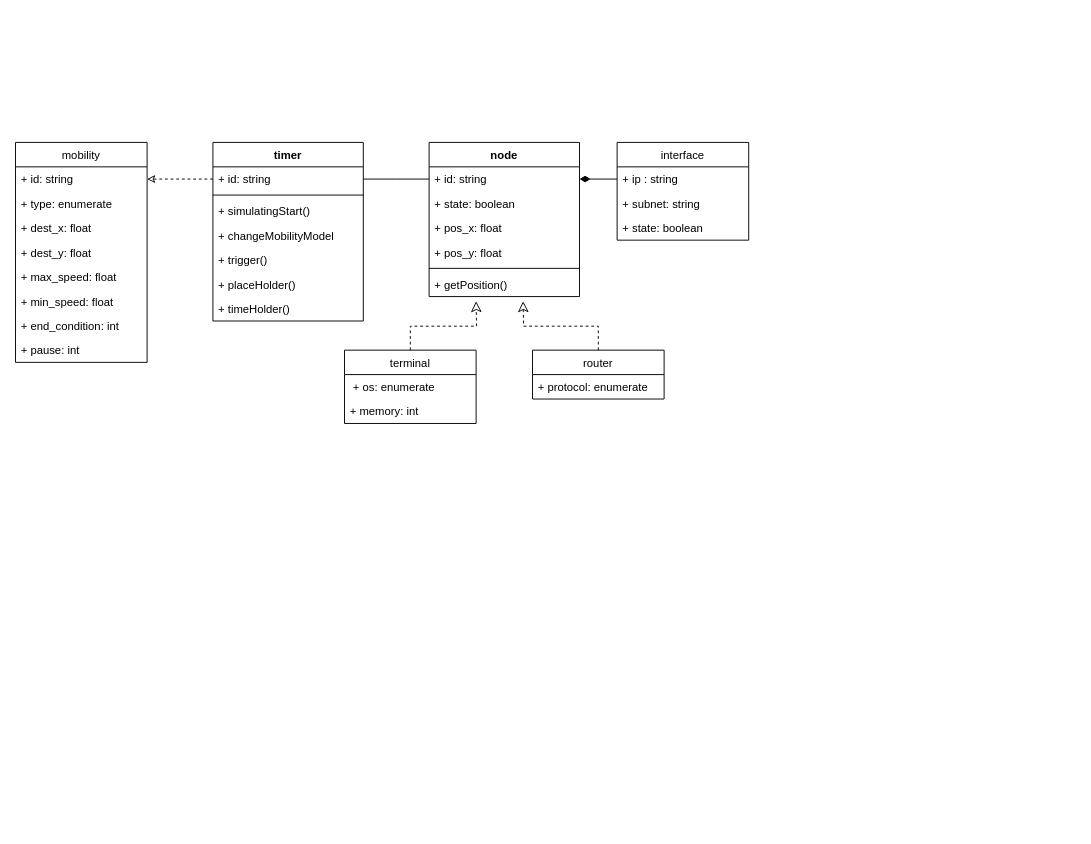
Icarus1994/neutron_conf keeps this draw.io diagram as page "描述语言类图" (1 of 2) of 描述语言UML类图.drawio. Above is the earlier version. Source tidied: cells renumbered, new cells numbered last; positions are measured from the earlier drawing's top-left corner, leaving out a move shared by most shapes. Both pictures are drawn from the tidied source at 94%, with x=0, y=0 at pixel (15, 142).
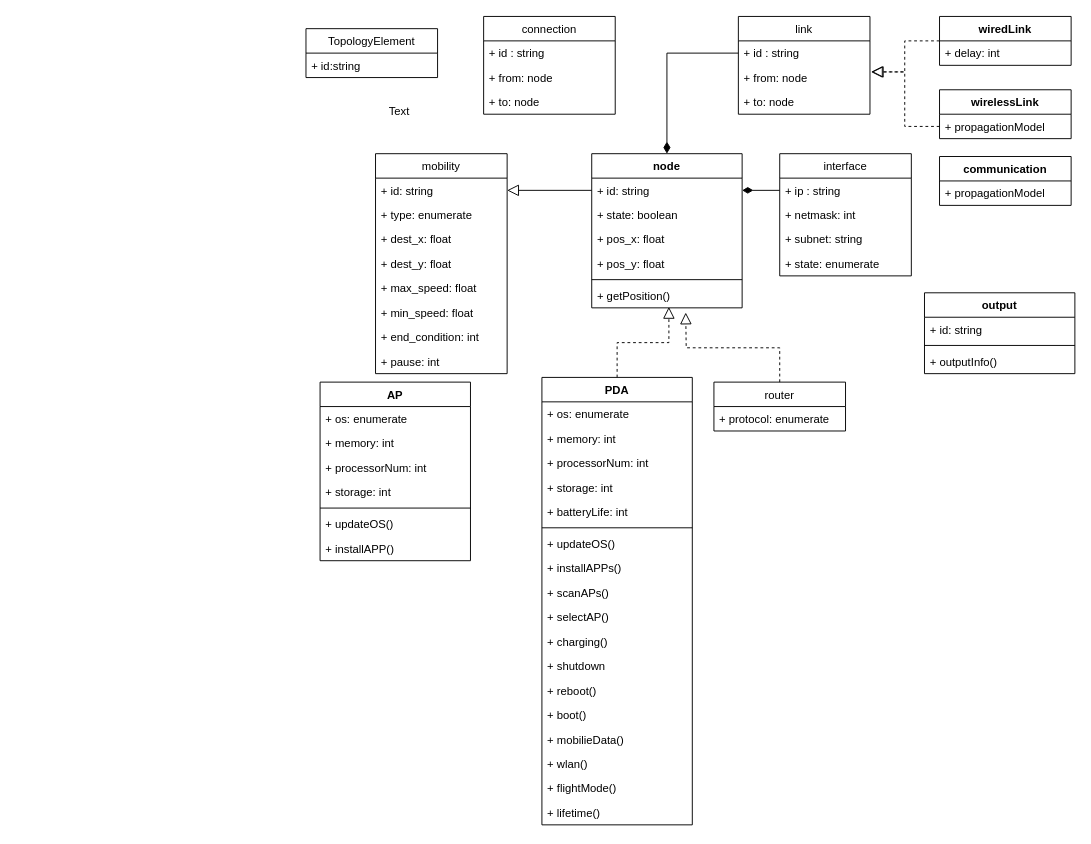
After the change.

Commit message:
Update 描述语言UML类图.drawio

Unchanged cells that the change refers to:
```xml
<mxCell id="12" value="+ id: string" style="text;strokeColor=none;fillColor=none;align=left;verticalAlign=top;spacingLeft=4;spacingRight=4;overflow=hidden;points=[[0,0.5],[1,0.5]];portConstraint=eastwest;" parent="11" vertex="1">
  <mxGeometry y="26" width="140" height="26" as="geometry" />
</mxCell>
<mxCell id="22" value="+ id: string" style="text;strokeColor=none;fillColor=none;align=left;verticalAlign=top;spacingLeft=4;spacingRight=4;overflow=hidden;points=[[0,0.5],[1,0.5]];portConstraint=eastwest;" parent="21" vertex="1">
  <mxGeometry y="26" width="160" height="26" as="geometry" />
</mxCell>
<mxCell id="27" value="+ getPosition()" style="text;strokeColor=none;fillColor=none;align=left;verticalAlign=top;spacingLeft=4;spacingRight=4;overflow=hidden;points=[[0,0.5],[1,0.5]];portConstraint=eastwest;" parent="21" vertex="1">
  <mxGeometry y="138" width="160" height="26" as="geometry" />
</mxCell>
```

What changed in the source:
```diff
@@
-    <mxCell id="2" value="timer" style="swimlane;fontStyle=1;align=center;verticalAlign=top;horizontal=1;startSize=26;" parent="1" vertex="1">
-      <mxGeometry x="210" width="160" height="190" as="geometry" />
-    </mxCell>
-    <mxCell id="3" value="+ id: string" style="text;strokeColor=none;fillColor=none;align=left;verticalAlign=top;spacingLeft=4;spacingRight=4;overflow=hidden;points=[[0,0.5],[1,0.5]];portConstraint=eastwest;" parent="2" vertex="1">
-      <mxGeometry y="26" width="160" height="26" as="geometry" />
-    </mxCell>
-    <mxCell id="4" style="line;strokeWidth=1;fillColor=none;align=left;verticalAlign=middle;spacingTop=-1;spacingLeft=3;spacingRight=3;labelPosition=right;" parent="2" vertex="1">
-      <mxGeometry y="52" width="160" height="8" as="geometry" />
-    </mxCell>
-    <mxCell id="5" value="+ simulatingStart()" style="text;strokeColor=none;fillColor=none;align=left;verticalAlign=top;spacingLeft=4;spacingRight=4;overflow=hidden;" parent="2" vertex="1">
-      <mxGeometry y="60" width="160" height="26" as="geometry" />
-    </mxCell>
-    <mxCell id="6" value="+ changeMobilityModel" style="text;strokeColor=none;fillColor=none;align=left;verticalAlign=top;spacingLeft=4;spacingRight=4;overflow=hidden;" parent="2" vertex="1">
-      <mxGeometry y="86" width="160" height="26" as="geometry" />
-    </mxCell>
-    <mxCell id="7" value="+ trigger()" style="text;strokeColor=none;fillColor=none;align=left;verticalAlign=top;spacingLeft=4;spacingRight=4;overflow=hidden;" parent="2" vertex="1">
-      <mxGeometry y="112" width="160" height="26" as="geometry" />
-    </mxCell>
-    <mxCell id="8" value="+ placeHolder()" style="text;strokeColor=none;fillColor=none;align=left;verticalAlign=top;spacingLeft=4;spacingRight=4;overflow=hidden;" parent="2" vertex="1">
-      <mxGeometry y="138" width="160" height="26" as="geometry" />
-    </mxCell>
-    <mxCell id="9" value="+ timeHolder()" style="text;strokeColor=none;fillColor=none;align=left;verticalAlign=top;spacingLeft=4;spacingRight=4;overflow=hidden;" parent="2" vertex="1">
-      <mxGeometry y="164" width="160" height="26" as="geometry" />
-    </mxCell>
-    <mxCell id="10" style="edgeStyle=orthogonalEdgeStyle;rounded=0;jettySize=auto;html=1;exitX=1;exitY=0.5;exitDx=0;exitDy=0;entryX=0;entryY=0.5;entryDx=0;entryDy=0;endArrow=none;endFill=0;" parent="1" edge="1" source="3">
-      <mxGeometry relative="1" as="geometry">
-        <mxPoint x="440" y="39" as="targetPoint" />
-      </mxGeometry>
-    </mxCell>
     <mxCell id="11" value="mobility" style="swimlane;fontStyle=0;horizontal=1;startSize=26;fillColor=none;" parent="1" vertex="1">
-      <mxGeometry width="140" height="234" as="geometry" />
+      <mxGeometry x="383" y="12" width="140" height="234" as="geometry" />
     </mxCell>
@@
-    <mxCell id="20" style="edgeStyle=orthogonalEdgeStyle;rounded=0;jettySize=auto;html=1;exitX=0;exitY=0.5;exitDx=0;exitDy=0;entryX=1;entryY=0.5;entryDx=0;entryDy=0;endArrow=classic;endFill=0;dashed=1;" parent="1" edge="1" source="3" target="12">
-      <mxGeometry relative="1" as="geometry" />
-    </mxCell>
     <mxCell id="21" value="node" style="swimlane;fontStyle=1;align=center;verticalAlign=top;horizontal=1;startSize=26;" parent="1" vertex="1">
-      <mxGeometry x="440" width="160" height="164" as="geometry" />
+      <mxGeometry x="613" y="12" width="160" height="164" as="geometry" />
     </mxCell>
@@
     <mxCell id="28" value="interface" style="swimlane;fontStyle=0;horizontal=1;startSize=26;fillColor=none;" parent="1" vertex="1">
-      <mxGeometry x="640" width="140" height="104" as="geometry" />
+      <mxGeometry x="813" y="12" width="140" height="130" as="geometry" />
     </mxCell>
@@
+    <mxCell id="40" value="+ netmask: int" style="text;strokeColor=none;fillColor=none;align=left;verticalAlign=top;spacingLeft=4;spacingRight=4;overflow=hidden;" parent="28" vertex="1">
+      <mxGeometry y="52" width="140" height="26" as="geometry" />
+    </mxCell>
     <mxCell id="30" value="+ subnet: string" style="text;strokeColor=none;fillColor=none;align=left;verticalAlign=top;spacingLeft=4;spacingRight=4;overflow=hidden;" parent="28" vertex="1">
-      <mxGeometry y="52" width="140" height="26" as="geometry" />
+      <mxGeometry y="78" width="140" height="26" as="geometry" />
     </mxCell>
-    <mxCell id="31" value="+ state: boolean" style="text;strokeColor=none;fillColor=none;align=left;verticalAlign=top;spacingLeft=4;spacingRight=4;overflow=hidden;" parent="28" vertex="1">
-      <mxGeometry y="78" width="140" height="26" as="geometry" />
+    <mxCell id="31" value="+ state: enumerate" style="text;strokeColor=none;fillColor=none;align=left;verticalAlign=top;spacingLeft=4;spacingRight=4;overflow=hidden;" parent="28" vertex="1">
+      <mxGeometry y="104" width="140" height="26" as="geometry" />
     </mxCell>
@@
-    <mxCell id="33" style="edgeStyle=orthogonalEdgeStyle;rounded=0;jettySize=auto;html=1;exitX=0.5;exitY=0;exitDx=0;exitDy=0;endArrow=classic;endFill=0;endSize=9;strokeWidth=1;dashed=1;" parent="1" edge="1" source="34">
-      <mxGeometry relative="1" as="geometry">
-        <mxPoint x="490" y="169" as="targetPoint" />
-      </mxGeometry>
-    </mxCell>
-    <mxCell id="34" value="terminal" style="swimlane;fontStyle=0;horizontal=1;startSize=26;fillColor=none;" parent="1" vertex="1">
-      <mxGeometry x="350" y="221" width="140" height="78" as="geometry" />
-    </mxCell>
-    <mxCell id="35" value=" + os: enumerate" style="text;strokeColor=none;fillColor=none;align=left;verticalAlign=top;spacingLeft=4;spacingRight=4;overflow=hidden;" parent="34" vertex="1">
-      <mxGeometry y="26" width="140" height="26" as="geometry" />
-    </mxCell>
-    <mxCell id="36" value="+ memory: int" style="text;strokeColor=none;fillColor=none;align=left;verticalAlign=top;spacingLeft=4;spacingRight=4;overflow=hidden;" parent="34" vertex="1">
-      <mxGeometry y="52" width="140" height="26" as="geometry" />
-    </mxCell>
-    <mxCell id="37" style="edgeStyle=orthogonalEdgeStyle;rounded=0;jettySize=auto;html=1;exitX=0.5;exitY=0;exitDx=0;exitDy=0;endArrow=classic;endFill=0;endSize=9;strokeWidth=1;dashed=1;" parent="1" edge="1" source="38">
+    <mxCell id="37" style="edgeStyle=orthogonalEdgeStyle;rounded=0;jettySize=auto;html=1;exitX=0.5;exitY=0;exitDx=0;exitDy=0;endArrow=block;endFill=0;endSize=10;strokeWidth=1;dashed=1;" parent="1" edge="1" source="38">
       <mxGeometry relative="1" as="geometry">
-        <mxPoint x="540" y="169" as="targetPoint" />
+        <mxPoint x="713" y="181" as="targetPoint" />
       </mxGeometry>
     </mxCell>
     <mxCell id="38" value="router" style="swimlane;fontStyle=0;horizontal=1;startSize=26;fillColor=none;" parent="1" vertex="1">
-      <mxGeometry x="550" y="221" width="140" height="52" as="geometry" />
+      <mxGeometry x="743" y="255" width="140" height="52" as="geometry" />
     </mxCell>
@@
+    <mxCell id="41" value="TopologyElement" style="swimlane;fontStyle=0;horizontal=1;startSize=26;fillColor=none;" parent="1" vertex="1">
+      <mxGeometry x="309" y="-121" width="140" height="52" as="geometry" />
+    </mxCell>
+    <mxCell id="42" value="+ id:string" style="text;strokeColor=none;fillColor=none;align=left;verticalAlign=top;spacingLeft=4;spacingRight=4;overflow=hidden;" parent="41" vertex="1">
+      <mxGeometry y="26" width="140" height="26" as="geometry" />
+    </mxCell>
+    <mxCell id="43" style="edgeStyle=orthogonalEdgeStyle;rounded=0;jettySize=auto;html=1;exitX=0.5;exitY=0;exitDx=0;exitDy=0;entryX=0.513;entryY=0.962;entryDx=0;entryDy=0;entryPerimeter=0;endArrow=block;endFill=0;dashed=1;endSize=10;" parent="1" edge="1" source="44" target="27">
+      <mxGeometry relative="1" as="geometry" />
+    </mxCell>
+    <mxCell id="44" value="PDA" style="swimlane;fontStyle=1;align=center;verticalAlign=top;horizontal=1;startSize=26;" parent="1" vertex="1">
+      <mxGeometry x="560" y="250" width="160" height="476" as="geometry" />
+    </mxCell>
+    <mxCell id="45" value="+ os: enumerate" style="text;strokeColor=none;fillColor=none;align=left;verticalAlign=top;spacingLeft=4;spacingRight=4;overflow=hidden;" parent="44" vertex="1">
+      <mxGeometry y="26" width="160" height="26" as="geometry" />
+    </mxCell>
+    <mxCell id="46" value="+ memory: int" style="text;strokeColor=none;fillColor=none;align=left;verticalAlign=top;spacingLeft=4;spacingRight=4;overflow=hidden;" parent="44" vertex="1">
+      <mxGeometry y="52" width="160" height="26" as="geometry" />
+    </mxCell>
+    <mxCell id="47" value="+ processorNum: int" style="text;strokeColor=none;fillColor=none;align=left;verticalAlign=top;spacingLeft=4;spacingRight=4;overflow=hidden;" parent="44" vertex="1">
+      <mxGeometry y="78" width="160" height="26" as="geometry" />
+    </mxCell>
+    <mxCell id="48" value="+ storage: int" style="text;strokeColor=none;fillColor=none;align=left;verticalAlign=top;spacingLeft=4;spacingRight=4;overflow=hidden;" parent="44" vertex="1">
+      <mxGeometry y="104" width="160" height="26" as="geometry" />
+    </mxCell>
+    <mxCell id="49" value="+ batteryLife: int" style="text;strokeColor=none;fillColor=none;align=left;verticalAlign=top;spacingLeft=4;spacingRight=4;overflow=hidden;" parent="44" vertex="1">
+      <mxGeometry y="130" width="160" height="26" as="geometry" />
+    </mxCell>
+    <mxCell id="50" style="line;strokeWidth=1;fillColor=none;align=left;verticalAlign=middle;spacingTop=-1;spacingLeft=3;spacingRight=3;labelPosition=right;" parent="44" vertex="1">
+      <mxGeometry y="156" width="160" height="8" as="geometry" />
+    </mxCell>
+    <mxCell id="51" value="+ updateOS()" style="text;strokeColor=none;fillColor=none;align=left;verticalAlign=top;spacingLeft=4;spacingRight=4;overflow=hidden;" parent="44" vertex="1">
+      <mxGeometry y="164" width="160" height="26" as="geometry" />
+    </mxCell>
+    <mxCell id="52" value="+ installAPPs()" style="text;strokeColor=none;fillColor=none;align=left;verticalAlign=top;spacingLeft=4;spacingRight=4;overflow=hidden;" parent="44" vertex="1">
+      <mxGeometry y="190" width="160" height="26" as="geometry" />
+    </mxCell>
+    <mxCell id="53" value="+ scanAPs()" style="text;strokeColor=none;fillColor=none;align=left;verticalAlign=top;spacingLeft=4;spacingRight=4;overflow=hidden;" parent="44" vertex="1">
+      <mxGeometry y="216" width="160" height="26" as="geometry" />
+    </mxCell>
+    <mxCell id="54" value="+ selectAP()" style="text;strokeColor=none;fillColor=none;align=left;verticalAlign=top;spacingLeft=4;spacingRight=4;overflow=hidden;" parent="44" vertex="1">
+      <mxGeometry y="242" width="160" height="26" as="geometry" />
+    </mxCell>
+    <mxCell id="55" value="+ charging()" style="text;strokeColor=none;fillColor=none;align=left;verticalAlign=top;spacingLeft=4;spacingRight=4;overflow=hidden;" parent="44" vertex="1">
+      <mxGeometry y="268" width="160" height="26" as="geometry" />
+    </mxCell>
+    <mxCell id="56" value="+ shutdown" style="text;strokeColor=none;fillColor=none;align=left;verticalAlign=top;spacingLeft=4;spacingRight=4;overflow=hidden;" parent="44" vertex="1">
+      <mxGeometry y="294" width="160" height="26" as="geometry" />
+    </mxCell>
+    <mxCell id="57" value="+ reboot()" style="text;strokeColor=none;fillColor=none;align=left;verticalAlign=top;spacingLeft=4;spacingRight=4;overflow=hidden;" parent="44" vertex="1">
+      <mxGeometry y="320" width="160" height="26" as="geometry" />
+    </mxCell>
+    <mxCell id="58" value="+ boot()" style="text;strokeColor=none;fillColor=none;align=left;verticalAlign=top;spacingLeft=4;spacingRight=4;overflow=hidden;" parent="44" vertex="1">
+      <mxGeometry y="346" width="160" height="26" as="geometry" />
+    </mxCell>
+    <mxCell id="59" value="+ mobilieData()" style="text;strokeColor=none;fillColor=none;align=left;verticalAlign=top;spacingLeft=4;spacingRight=4;overflow=hidden;" parent="44" vertex="1">
+      <mxGeometry y="372" width="160" height="26" as="geometry" />
+    </mxCell>
+    <mxCell id="60" value="+ wlan()" style="text;strokeColor=none;fillColor=none;align=left;verticalAlign=top;spacingLeft=4;spacingRight=4;overflow=hidden;" parent="44" vertex="1">
+      <mxGeometry y="398" width="160" height="26" as="geometry" />
+    </mxCell>
+    <mxCell id="61" value="+ flightMode()" style="text;strokeColor=none;fillColor=none;align=left;verticalAlign=top;spacingLeft=4;spacingRight=4;overflow=hidden;" parent="44" vertex="1">
+      <mxGeometry y="424" width="160" height="26" as="geometry" />
+    </mxCell>
+    <mxCell id="62" value="+ lifetime()" style="text;strokeColor=none;fillColor=none;align=left;verticalAlign=top;spacingLeft=4;spacingRight=4;overflow=hidden;" parent="44" vertex="1">
+      <mxGeometry y="450" width="160" height="26" as="geometry" />
+    </mxCell>
+    <mxCell id="63" value="AP" style="swimlane;fontStyle=1;align=center;verticalAlign=top;horizontal=1;startSize=26;" parent="1" vertex="1">
+      <mxGeometry x="324" y="255" width="160" height="190" as="geometry" />
+    </mxCell>
+    <mxCell id="64" value="+ os: enumerate" style="text;strokeColor=none;fillColor=none;align=left;verticalAlign=top;spacingLeft=4;spacingRight=4;overflow=hidden;" parent="63" vertex="1">
+      <mxGeometry y="26" width="160" height="26" as="geometry" />
+    </mxCell>
+    <mxCell id="65" value="+ memory: int" style="text;strokeColor=none;fillColor=none;align=left;verticalAlign=top;spacingLeft=4;spacingRight=4;overflow=hidden;" parent="63" vertex="1">
+      <mxGeometry y="52" width="160" height="26" as="geometry" />
+    </mxCell>
+    <mxCell id="66" value="+ processorNum: int" style="text;strokeColor=none;fillColor=none;align=left;verticalAlign=top;spacingLeft=4;spacingRight=4;overflow=hidden;" parent="63" vertex="1">
+      <mxGeometry y="78" width="160" height="26" as="geometry" />
+    </mxCell>
+    <mxCell id="67" value="+ storage: int" style="text;strokeColor=none;fillColor=none;align=left;verticalAlign=top;spacingLeft=4;spacingRight=4;overflow=hidden;" parent="63" vertex="1">
+      <mxGeometry y="104" width="160" height="26" as="geometry" />
+    </mxCell>
+    <mxCell id="68" style="line;strokeWidth=1;fillColor=none;align=left;verticalAlign=middle;spacingTop=-1;spacingLeft=3;spacingRight=3;labelPosition=right;" parent="63" vertex="1">
+      <mxGeometry y="130" width="160" height="8" as="geometry" />
+    </mxCell>
+    <mxCell id="69" value="+ updateOS()" style="text;strokeColor=none;fillColor=none;align=left;verticalAlign=top;spacingLeft=4;spacingRight=4;overflow=hidden;" parent="63" vertex="1">
+      <mxGeometry y="138" width="160" height="26" as="geometry" />
+    </mxCell>
+    <mxCell id="70" value="+ installAPP()" style="text;strokeColor=none;fillColor=none;align=left;verticalAlign=top;spacingLeft=4;spacingRight=4;overflow=hidden;" parent="63" vertex="1">
+      <mxGeometry y="164" width="160" height="26" as="geometry" />
+    </mxCell>
+    <mxCell id="71" value="output" style="swimlane;fontStyle=1;align=center;verticalAlign=top;horizontal=1;startSize=26;" parent="1" vertex="1">
+      <mxGeometry x="967" y="160" width="160" height="86" as="geometry" />
+    </mxCell>
+    <mxCell id="3" value="+ id: string" style="text;strokeColor=none;fillColor=none;align=left;verticalAlign=top;spacingLeft=4;spacingRight=4;overflow=hidden;points=[[0,0.5],[1,0.5]];portConstraint=eastwest;" parent="71" vertex="1">
+      <mxGeometry y="26" width="160" height="26" as="geometry" />
+    </mxCell>
+    <mxCell id="4" style="line;strokeWidth=1;fillColor=none;align=left;verticalAlign=middle;spacingTop=-1;spacingLeft=3;spacingRight=3;labelPosition=right;" parent="71" vertex="1">
+      <mxGeometry y="52" width="160" height="8" as="geometry" />
+    </mxCell>
+    <mxCell id="72" value="+ outputInfo()" style="text;strokeColor=none;fillColor=none;align=left;verticalAlign=top;spacingLeft=4;spacingRight=4;overflow=hidden;" parent="71" vertex="1">
+      <mxGeometry y="60" width="160" height="26" as="geometry" />
+    </mxCell>
+    <mxCell id="73" value="Text" style="text;html=1;align=center;verticalAlign=middle;" parent="1" vertex="1">
+      <mxGeometry x="392" y="-42" width="32" height="18" as="geometry" />
+    </mxCell>
+    <mxCell id="74" value="link" style="swimlane;fontStyle=0;horizontal=1;startSize=26;fillColor=none;" parent="1" vertex="1">
+      <mxGeometry x="769" y="-134" width="140" height="104" as="geometry" />
+    </mxCell>
+    <mxCell id="75" value="+ id : string" style="text;strokeColor=none;fillColor=none;align=left;verticalAlign=top;spacingLeft=4;spacingRight=4;overflow=hidden;points=[[0,0.5],[1,0.5]];portConstraint=eastwest;" parent="74" vertex="1">
+      <mxGeometry y="26" width="140" height="26" as="geometry" />
+    </mxCell>
+    <mxCell id="76" value="+ from: node" style="text;strokeColor=none;fillColor=none;align=left;verticalAlign=top;spacingLeft=4;spacingRight=4;overflow=hidden;points=[[0,0.5],[1,0.5]];portConstraint=eastwest;" parent="74" vertex="1">
+      <mxGeometry y="52" width="140" height="26" as="geometry" />
+    </mxCell>
+    <mxCell id="77" value="+ to: node" style="text;strokeColor=none;fillColor=none;align=left;verticalAlign=top;spacingLeft=4;spacingRight=4;overflow=hidden;" parent="74" vertex="1">
+      <mxGeometry y="78" width="140" height="26" as="geometry" />
+    </mxCell>
+    <mxCell id="78" style="edgeStyle=orthogonalEdgeStyle;rounded=0;jettySize=auto;html=1;entryX=1.007;entryY=0.269;entryDx=0;entryDy=0;dashed=1;endArrow=block;endFill=0;endSize=10;entryPerimeter=0;" parent="1" edge="1" source="79" target="76">
+      <mxGeometry relative="1" as="geometry" />
+    </mxCell>
+    <mxCell id="79" value="wiredLink" style="swimlane;fontStyle=1;horizontal=1;startSize=26;fillColor=none;" parent="1" vertex="1">
+      <mxGeometry x="983" y="-134" width="140" height="52" as="geometry" />
+    </mxCell>
+    <mxCell id="80" value="+ delay: int" style="text;strokeColor=none;fillColor=none;align=left;verticalAlign=top;spacingLeft=4;spacingRight=4;overflow=hidden;" parent="79" vertex="1">
+      <mxGeometry y="26" width="140" height="26" as="geometry" />
+    </mxCell>
+    <mxCell id="81" value="wirelessLink" style="swimlane;fontStyle=1;horizontal=1;startSize=26;fillColor=none;" parent="1" vertex="1">
+      <mxGeometry x="983" y="-56" width="140" height="52" as="geometry" />
+    </mxCell>
+    <mxCell id="82" value="+ propagationModel" style="text;strokeColor=none;fillColor=none;align=left;verticalAlign=top;spacingLeft=4;spacingRight=4;overflow=hidden;points=[[0,0.5],[1,0.5]];portConstraint=eastwest;" parent="81" vertex="1">
+      <mxGeometry y="26" width="140" height="26" as="geometry" />
+    </mxCell>
+    <mxCell id="83" style="edgeStyle=orthogonalEdgeStyle;rounded=0;jettySize=auto;html=1;exitX=0;exitY=0.5;exitDx=0;exitDy=0;entryX=1.014;entryY=0.269;entryDx=0;entryDy=0;entryPerimeter=0;dashed=1;endArrow=block;endFill=0;endSize=10;" parent="1" edge="1" source="82" target="76">
+      <mxGeometry relative="1" as="geometry" />
+    </mxCell>
+    <mxCell id="84" style="edgeStyle=orthogonalEdgeStyle;rounded=0;jettySize=auto;html=1;exitX=0;exitY=0.5;exitDx=0;exitDy=0;entryX=0.5;entryY=0;entryDx=0;entryDy=0;endArrow=diamondThin;endFill=1;endSize=10;" parent="1" edge="1" source="75" target="21">
+      <mxGeometry relative="1" as="geometry" />
+    </mxCell>
+    <mxCell id="85" style="edgeStyle=orthogonalEdgeStyle;rounded=0;jettySize=auto;html=1;exitX=0;exitY=0.5;exitDx=0;exitDy=0;entryX=1;entryY=0.5;entryDx=0;entryDy=0;endArrow=block;endFill=0;endSize=10;" parent="1" edge="1" source="22" target="12">
+      <mxGeometry relative="1" as="geometry" />
+    </mxCell>
+    <mxCell id="86" value="connection" style="swimlane;fontStyle=0;horizontal=1;startSize=26;fillColor=none;" parent="1" vertex="1">
+      <mxGeometry x="498" y="-134" width="140" height="104" as="geometry" />
+    </mxCell>
+    <mxCell id="87" value="+ id : string" style="text;strokeColor=none;fillColor=none;align=left;verticalAlign=top;spacingLeft=4;spacingRight=4;overflow=hidden;" parent="86" vertex="1">
+      <mxGeometry y="26" width="140" height="26" as="geometry" />
+    </mxCell>
+    <mxCell id="88" value="+ from: node" style="text;strokeColor=none;fillColor=none;align=left;verticalAlign=top;spacingLeft=4;spacingRight=4;overflow=hidden;" parent="86" vertex="1">
+      <mxGeometry y="52" width="140" height="26" as="geometry" />
+    </mxCell>
+    <mxCell id="89" value="+ to: node" style="text;strokeColor=none;fillColor=none;align=left;verticalAlign=top;spacingLeft=4;spacingRight=4;overflow=hidden;" parent="86" vertex="1">
+      <mxGeometry y="78" width="140" height="26" as="geometry" />
+    </mxCell>
+    <mxCell id="90" value="communication" style="swimlane;fontStyle=1;horizontal=1;startSize=26;fillColor=none;" parent="1" vertex="1">
+      <mxGeometry x="983" y="15" width="140" height="52" as="geometry" />
+    </mxCell>
+    <mxCell id="91" value="+ propagationModel" style="text;strokeColor=none;fillColor=none;align=left;verticalAlign=top;spacingLeft=4;spacingRight=4;overflow=hidden;" parent="90" vertex="1">
+      <mxGeometry y="26" width="140" height="26" as="geometry" />
+    </mxCell>
```
